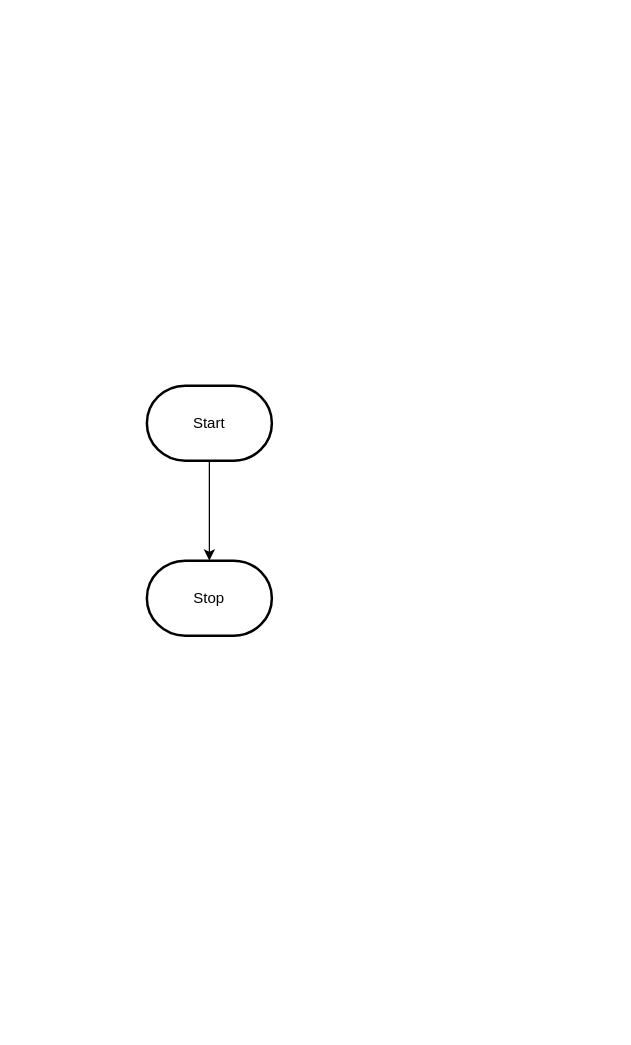
The draw.io diagram design/flowchart.drawio in MTHS-ICS2O-2-2022/ICS2O-Unit-5-08-alyssia-fung, before the edit. Source tidied: cells renumbered, new cells numbered last; positions are measured from the earlier drawing's top-left corner, leaving out a move shared by most shapes. Both pictures are drawn from the tidied source at 125%, with x=0, y=0 at pixel (146, 385).
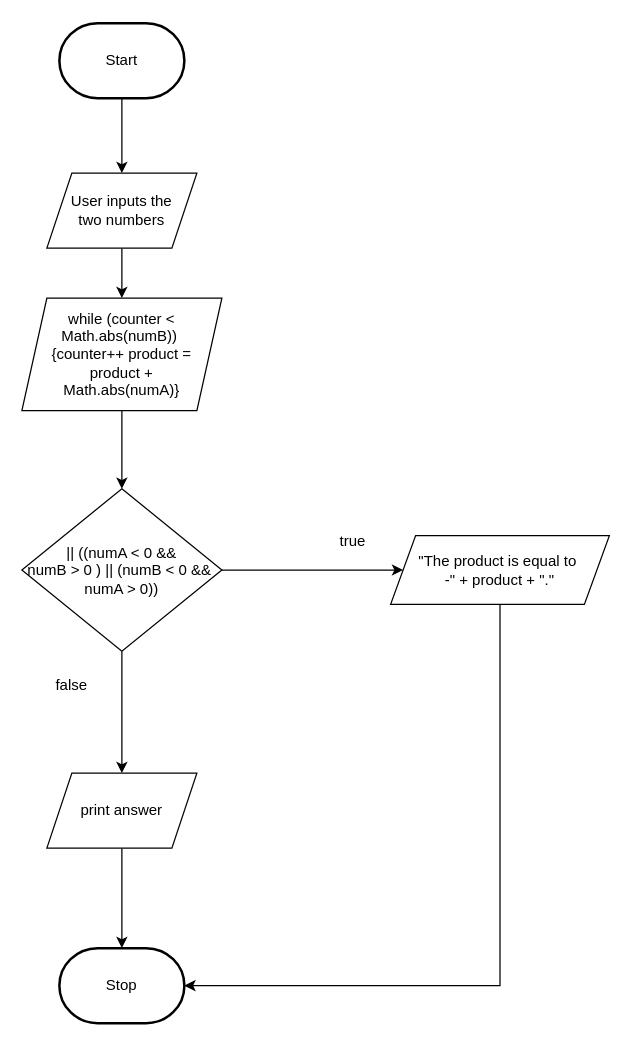
Above is the later version.

Change to the diagram source:
```diff
@@
 <mxGraphModel>
   <root>
     <mxCell id="0" />
     <mxCell id="1" parent="0" />
-    <mxCell id="2" style="edgeStyle=orthogonalEdgeStyle;html=1;rounded=0;" parent="1" edge="1" source="3" target="4">
+    <mxCell id="2" style="edgeStyle=none;html=1;" parent="1" edge="1" source="3" target="6">
       <mxGeometry relative="1" as="geometry" />
     </mxCell>
     <mxCell id="3" value="Start" style="strokeWidth=2;html=1;shape=mxgraph.flowchart.terminator;whiteSpace=wrap;" parent="1" vertex="1">
-      <mxGeometry width="100" height="60" as="geometry" />
+      <mxGeometry x="-70" y="-290" width="100" height="60" as="geometry" />
     </mxCell>
     <mxCell id="4" value="Stop" style="strokeWidth=2;html=1;shape=mxgraph.flowchart.terminator;whiteSpace=wrap;" parent="1" vertex="1">
-      <mxGeometry y="140" width="100" height="60" as="geometry" />
+      <mxGeometry x="-70" y="450" width="100" height="60" as="geometry" />
     </mxCell>
+    <mxCell id="5" style="edgeStyle=none;html=1;entryX=0.5;entryY=0;entryDx=0;entryDy=0;" parent="1" edge="1" source="6" target="8">
+      <mxGeometry relative="1" as="geometry" />
+    </mxCell>
+    <mxCell id="6" value="User inputs the &lt;br&gt;two numbers" style="shape=parallelogram;perimeter=parallelogramPerimeter;whiteSpace=wrap;html=1;fixedSize=1;" parent="1" vertex="1">
+      <mxGeometry x="-80" y="-170" width="120" height="60" as="geometry" />
+    </mxCell>
+    <mxCell id="7" style="edgeStyle=none;html=1;entryX=0.5;entryY=0;entryDx=0;entryDy=0;" parent="1" edge="1" source="8" target="11">
+      <mxGeometry relative="1" as="geometry" />
+    </mxCell>
+    <mxCell id="8" value="while (counter &amp;lt; Math.abs(numB))&amp;nbsp;&lt;br&gt;{counter++ product =&lt;br&gt;product + &lt;br&gt;Math.abs(numA)}" style="shape=parallelogram;perimeter=parallelogramPerimeter;whiteSpace=wrap;html=1;fixedSize=1;" parent="1" vertex="1">
+      <mxGeometry x="-100" y="-70" width="160" height="90" as="geometry" />
+    </mxCell>
+    <mxCell id="9" style="edgeStyle=none;html=1;entryX=0.5;entryY=0;entryDx=0;entryDy=0;" parent="1" edge="1" source="11" target="13">
+      <mxGeometry relative="1" as="geometry" />
+    </mxCell>
+    <mxCell id="10" style="edgeStyle=none;html=1;" parent="1" edge="1" source="11" target="15">
+      <mxGeometry relative="1" as="geometry" />
+    </mxCell>
+    <mxCell id="11" value="|| ((numA &amp;lt; 0 &amp;amp;&amp;amp; &lt;br&gt;numB &amp;gt; 0 ) || (numB &amp;lt; 0 &amp;amp;&amp;amp;&amp;nbsp;&lt;br&gt;numA &amp;gt; 0))" style="rhombus;whiteSpace=wrap;html=1;" parent="1" vertex="1">
+      <mxGeometry x="-100" y="82.5" width="160" height="130" as="geometry" />
+    </mxCell>
+    <mxCell id="12" style="edgeStyle=none;html=1;entryX=0.5;entryY=0;entryDx=0;entryDy=0;entryPerimeter=0;" parent="1" edge="1" source="13" target="4">
+      <mxGeometry relative="1" as="geometry" />
+    </mxCell>
+    <mxCell id="13" value="print answer" style="shape=parallelogram;perimeter=parallelogramPerimeter;whiteSpace=wrap;html=1;fixedSize=1;" parent="1" vertex="1">
+      <mxGeometry x="-80" y="310" width="120" height="60" as="geometry" />
+    </mxCell>
+    <mxCell id="14" style="edgeStyle=orthogonalEdgeStyle;rounded=0;html=1;entryX=1;entryY=0.5;entryDx=0;entryDy=0;entryPerimeter=0;" parent="1" edge="1" source="15" target="4">
+      <mxGeometry relative="1" as="geometry">
+        <Array as="points">
+          <mxPoint x="283" y="480" />
+        </Array>
+      </mxGeometry>
+    </mxCell>
+    <mxCell id="15" value="&quot;The product is equal to&amp;nbsp;&lt;br&gt;-&quot; + product + &quot;.&quot;" style="shape=parallelogram;perimeter=parallelogramPerimeter;whiteSpace=wrap;html=1;fixedSize=1;" parent="1" vertex="1">
+      <mxGeometry x="195" y="120" width="175" height="55" as="geometry" />
+    </mxCell>
+    <mxCell id="16" value="true" style="text;html=1;strokeColor=none;fillColor=none;align=center;verticalAlign=middle;whiteSpace=wrap;rounded=0;" parent="1" vertex="1">
+      <mxGeometry x="135" y="110" width="60" height="30" as="geometry" />
+    </mxCell>
+    <mxCell id="17" value="false" style="text;html=1;strokeColor=none;fillColor=none;align=center;verticalAlign=middle;whiteSpace=wrap;rounded=0;" parent="1" vertex="1">
+      <mxGeometry x="-90" y="225" width="60" height="30" as="geometry" />
+    </mxCell>
   </root>
 </mxGraphModel>
```
